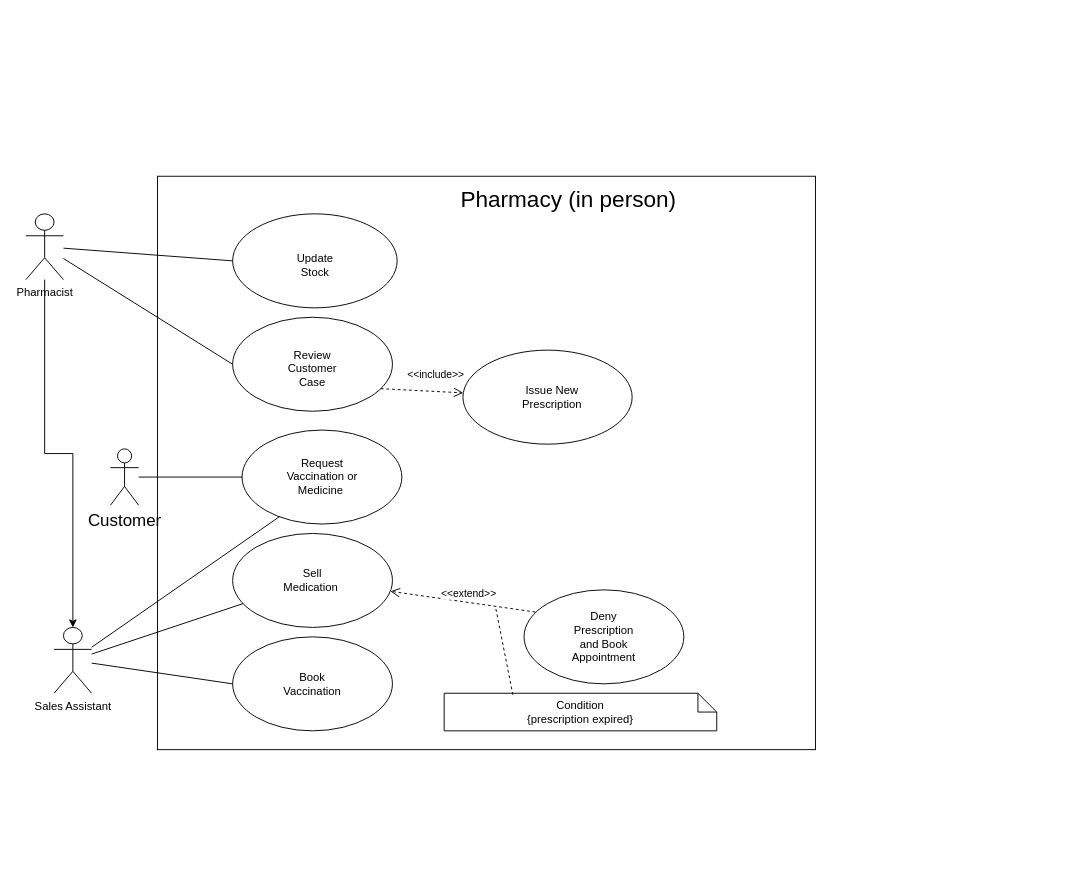
iitzzBenny/Group6D--Pharmacy--UseCaseDiagram keeps this draw.io diagram as PharmacyUseCase.drawio. Above is the earlier version. Source tidied: cells renumbered, new cells numbered last; positions are measured from the earlier drawing's top-left corner, leaving out a move shared by most shapes. Both pictures are drawn from the tidied source at 94%, with x=0, y=0 at pixel (25, 176).
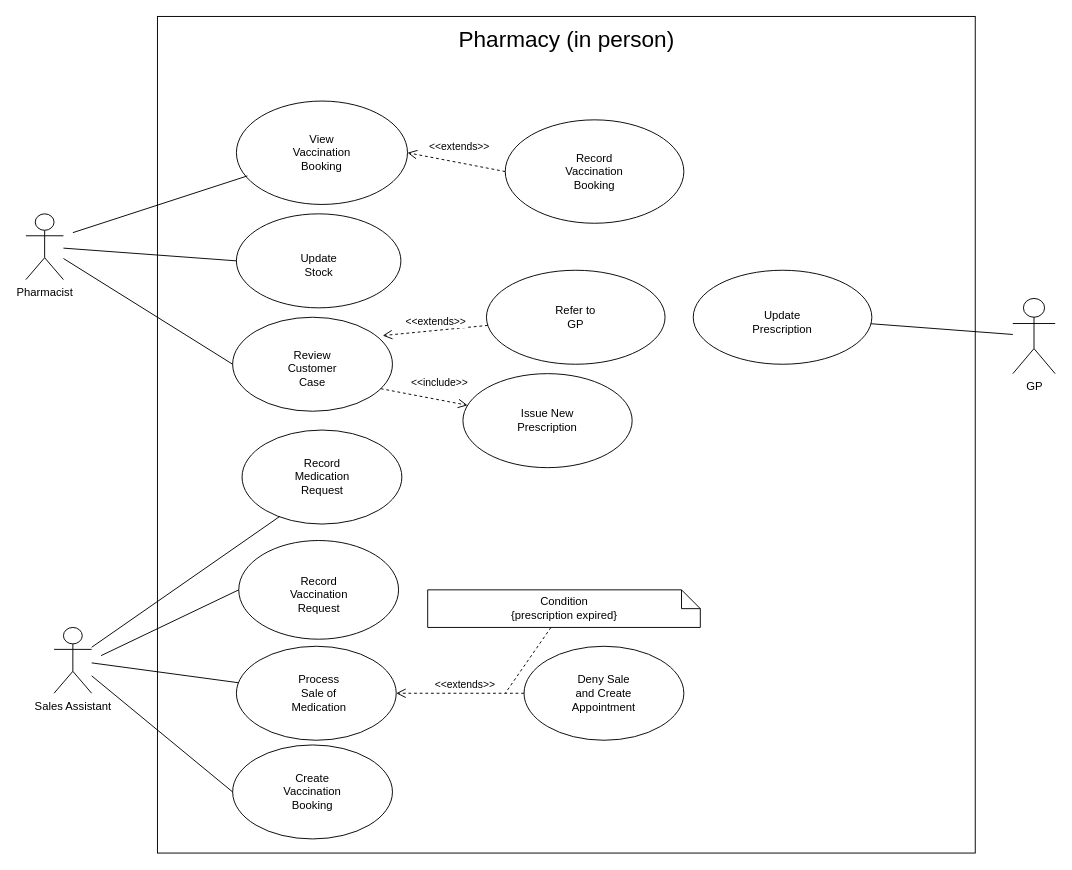
After the change.

Unchanged cells that the change refers to:
```xml
<mxCell id="5" style="ellipse;whiteSpace=wrap;html=1;" parent="1" vertex="1">
  <mxGeometry x="230" y="270" width="170" height="100" as="geometry" />
</mxCell>
<mxCell id="8" value="Pharmacist" style="shape=umlActor;verticalLabelPosition=bottom;verticalAlign=top;html=1;outlineConnect=0;" parent="1" vertex="1">
  <mxGeometry y="40" width="40" height="70" as="geometry" />
</mxCell>
<mxCell id="9" value="Sales Assistant&lt;br&gt;" style="shape=umlActor;verticalLabelPosition=bottom;verticalAlign=top;html=1;outlineConnect=0;" parent="1" vertex="1">
  <mxGeometry x="30" y="480" width="40" height="70" as="geometry" />
</mxCell>
<mxCell id="23" style="ellipse;whiteSpace=wrap;html=1;" parent="1" vertex="1">
  <mxGeometry x="220" y="150" width="170" height="100" as="geometry" />
</mxCell>
```

Diff of the diagram source:
```diff
@@
     <mxCell id="2" style="rounded=0;whiteSpace=wrap;html=1;" parent="1" vertex="1">
-      <mxGeometry x="140" width="700" height="610" as="geometry" />
+      <mxGeometry x="140" y="-170" width="870" height="890" as="geometry" />
     </mxCell>
     <mxCell id="3" value="&lt;font style=&quot;font-size: 24px;&quot;&gt;Pharmacy (in person)&lt;/font&gt;" style="text;html=1;strokeColor=none;fillColor=none;align=center;verticalAlign=middle;whiteSpace=wrap;rounded=0;" parent="1" vertex="1">
-      <mxGeometry x="430" y="10" width="295" height="30" as="geometry" />
+      <mxGeometry x="427.5" y="-160" width="295" height="30" as="geometry" />
     </mxCell>
-    <mxCell id="4" value="Customer" style="shape=umlActor;verticalLabelPosition=bottom;verticalAlign=top;html=1;outlineConnect=0;fontSize=18;" parent="1" vertex="1">
-      <mxGeometry x="90" y="290" width="30" height="60" as="geometry" />
-    </mxCell>
@@
-    <mxCell id="6" value="Request Vaccination or Medicine&amp;nbsp;" style="text;html=1;strokeColor=none;fillColor=none;align=center;verticalAlign=middle;whiteSpace=wrap;rounded=0;" parent="1" vertex="1">
+    <mxCell id="6" value="Record Medication Request" style="text;html=1;strokeColor=none;fillColor=none;align=center;verticalAlign=middle;whiteSpace=wrap;rounded=0;" parent="1" vertex="1">
       <mxGeometry x="272.5" y="292.5" width="85" height="55" as="geometry" />
     </mxCell>
-    <mxCell id="7" style="edgeStyle=orthogonalEdgeStyle;rounded=0;jettySize=auto;html=1;" parent="1" edge="1" source="8" target="9">
-      <mxGeometry relative="1" as="geometry" />
-    </mxCell>
@@
-    <mxCell id="10" style="endArrow=none;html=1;rounded=0;" parent="1" edge="1" source="4" target="5">
-      <mxGeometry relative="1" as="geometry" />
-    </mxCell>
@@
     <mxCell id="12" style="ellipse;whiteSpace=wrap;html=1;" parent="1" vertex="1">
-      <mxGeometry x="220" y="380" width="170" height="100" as="geometry" />
+      <mxGeometry x="224" y="500" width="170" height="100" as="geometry" />
     </mxCell>
-    <mxCell id="13" value="Sell Medication&amp;nbsp;" style="text;html=1;strokeColor=none;fillColor=none;align=center;verticalAlign=middle;whiteSpace=wrap;rounded=0;" parent="1" vertex="1">
-      <mxGeometry x="275" y="415" width="60" height="30" as="geometry" />
+    <mxCell id="13" value="Process Sale of Medication" style="text;html=1;strokeColor=none;fillColor=none;align=center;verticalAlign=middle;whiteSpace=wrap;rounded=0;" parent="1" vertex="1">
+      <mxGeometry x="281.5" y="535" width="60" height="30" as="geometry" />
     </mxCell>
     <mxCell id="14" style="ellipse;whiteSpace=wrap;html=1;" parent="1" vertex="1">
-      <mxGeometry x="220" y="490" width="170" height="100" as="geometry" />
+      <mxGeometry x="220" y="605" width="170" height="100" as="geometry" />
     </mxCell>
-    <mxCell id="15" value="Book Vaccination" style="text;html=1;strokeColor=none;fillColor=none;align=center;verticalAlign=middle;whiteSpace=wrap;rounded=0;" parent="1" vertex="1">
-      <mxGeometry x="275" y="525" width="60" height="30" as="geometry" />
+    <mxCell id="15" value="Create Vaccination Booking" style="text;html=1;strokeColor=none;fillColor=none;align=center;verticalAlign=middle;whiteSpace=wrap;rounded=0;" parent="1" vertex="1">
+      <mxGeometry x="275" y="640" width="60" height="30" as="geometry" />
     </mxCell>
     <mxCell id="16" style="ellipse;whiteSpace=wrap;html=1;" parent="1" vertex="1">
-      <mxGeometry x="530" y="440" width="170" height="100" as="geometry" />
+      <mxGeometry x="530" y="500" width="170" height="100" as="geometry" />
     </mxCell>
-    <mxCell id="17" value="Deny Prescription and Book Appointment" style="text;html=1;strokeColor=none;fillColor=none;align=center;verticalAlign=middle;whiteSpace=wrap;rounded=0;" parent="1" vertex="1">
-      <mxGeometry x="585" y="475" width="60" height="30" as="geometry" />
+    <mxCell id="17" value="Deny Sale&lt;br&gt;and Create&lt;br&gt;Appointment" style="text;html=1;strokeColor=none;fillColor=none;align=center;verticalAlign=middle;whiteSpace=wrap;rounded=0;" parent="1" vertex="1">
+      <mxGeometry x="585" y="535" width="60" height="30" as="geometry" />
     </mxCell>
@@
-    <mxCell id="20" value="&amp;lt;&amp;lt;extend&amp;gt;&amp;gt;" style="html=1;verticalAlign=bottom;endArrow=open;dashed=1;endSize=8;rounded=0;exitX=0.071;exitY=0.236;exitDx=0;exitDy=0;exitPerimeter=0;" parent="1" edge="1" source="16" target="12">
+    <mxCell id="20" value="&amp;lt;&amp;lt;extends&amp;gt;&amp;gt;" style="html=1;verticalAlign=bottom;endArrow=open;dashed=1;endSize=8;rounded=0;exitX=0;exitY=0.5;exitDx=0;exitDy=0;" parent="1" edge="1" source="16" target="12">
       <mxGeometry x="-0.08" relative="1" as="geometry" />
     </mxCell>
     <mxCell id="21" value="Condition&lt;br&gt;{prescription expired}" style="shape=note;size=20;whiteSpace=wrap;html=1;" parent="1" vertex="1">
-      <mxGeometry x="445" y="550" width="290" height="40" as="geometry" />
+      <mxGeometry x="427.5" y="440" width="290" height="40" as="geometry" />
     </mxCell>
-    <mxCell id="22" style="endArrow=none;dashed=1;html=1;rounded=0;exitX=0.252;exitY=0.04;exitDx=0;exitDy=0;exitPerimeter=0;" parent="1" edge="1" source="21">
+    <mxCell id="22" style="endArrow=none;dashed=1;html=1;rounded=0;" parent="1" edge="1" source="21">
       <mxGeometry relative="1" as="geometry">
-        <mxPoint x="500" y="460" as="targetPoint" />
+        <mxPoint x="510" y="550" as="targetPoint" />
       </mxGeometry>
     </mxCell>
@@
     <mxCell id="25" style="ellipse;whiteSpace=wrap;html=1;" parent="1" vertex="1">
-      <mxGeometry x="465" y="185" width="180" height="100" as="geometry" />
+      <mxGeometry x="465" y="210" width="180" height="100" as="geometry" />
     </mxCell>
     <mxCell id="26" value="Issue New Prescription" style="text;html=1;strokeColor=none;fillColor=none;align=center;verticalAlign=middle;whiteSpace=wrap;rounded=0;" parent="1" vertex="1">
-      <mxGeometry x="530" y="220" width="60" height="30" as="geometry" />
+      <mxGeometry x="525" y="245" width="60" height="30" as="geometry" />
     </mxCell>
@@
     <mxCell id="29" style="ellipse;whiteSpace=wrap;html=1;" parent="1" vertex="1">
-      <mxGeometry x="220" y="40" width="175" height="100" as="geometry" />
+      <mxGeometry x="224" y="40" width="175" height="100" as="geometry" />
     </mxCell>
@@
     <mxCell id="31" value="Update Stock" style="text;html=1;strokeColor=none;fillColor=none;align=center;verticalAlign=middle;whiteSpace=wrap;rounded=0;" parent="1" vertex="1">
-      <mxGeometry x="278" y="80" width="60" height="30" as="geometry" />
+      <mxGeometry x="281.5" y="80" width="60" height="30" as="geometry" />
     </mxCell>
+    <mxCell id="32" style="ellipse;whiteSpace=wrap;html=1;" parent="1" vertex="1">
+      <mxGeometry x="224" y="-80" width="182" height="110" as="geometry" />
+    </mxCell>
+    <mxCell id="33" style="endArrow=none;html=1;rounded=0;entryX=0.064;entryY=0.724;entryDx=0;entryDy=0;entryPerimeter=0;" parent="1" edge="1" target="32">
+      <mxGeometry relative="1" as="geometry">
+        <mxPoint x="50" y="60" as="sourcePoint" />
+      </mxGeometry>
+    </mxCell>
+    <mxCell id="34" value="View&lt;br&gt;Vaccination Booking" style="text;html=1;strokeColor=none;fillColor=none;align=center;verticalAlign=middle;whiteSpace=wrap;rounded=0;" parent="1" vertex="1">
+      <mxGeometry x="285" y="-40" width="60" height="30" as="geometry" />
+    </mxCell>
+    <mxCell id="35" style="ellipse;whiteSpace=wrap;html=1;" parent="1" vertex="1">
+      <mxGeometry x="510" y="-60" width="190" height="110" as="geometry" />
+    </mxCell>
+    <mxCell id="36" value="Record Vaccination Booking" style="text;html=1;strokeColor=none;fillColor=none;align=center;verticalAlign=middle;whiteSpace=wrap;rounded=0;" parent="1" vertex="1">
+      <mxGeometry x="575" y="-20" width="60" height="30" as="geometry" />
+    </mxCell>
+    <mxCell id="37" value="&amp;lt;&amp;lt;extends&amp;gt;&amp;gt;" style="html=1;verticalAlign=bottom;endArrow=open;dashed=1;endSize=8;rounded=0;entryX=1;entryY=0.5;entryDx=0;entryDy=0;exitX=0;exitY=0.5;exitDx=0;exitDy=0;" parent="1" edge="1" source="35" target="32">
+      <mxGeometry x="-0.03" y="-8" relative="1" as="geometry" />
+    </mxCell>
+    <mxCell id="38" style="ellipse;whiteSpace=wrap;html=1;" parent="1" vertex="1">
+      <mxGeometry x="490" y="100" width="190" height="100" as="geometry" />
+    </mxCell>
+    <mxCell id="39" value="Refer to GP" style="text;html=1;strokeColor=none;fillColor=none;align=center;verticalAlign=middle;whiteSpace=wrap;rounded=0;" parent="1" vertex="1">
+      <mxGeometry x="555" y="135" width="60" height="30" as="geometry" />
+    </mxCell>
+    <mxCell id="40" value="&amp;lt;&amp;lt;extends&amp;gt;&amp;gt;" style="html=1;verticalAlign=bottom;endArrow=open;dashed=1;endSize=8;rounded=0;entryX=0.939;entryY=0.195;entryDx=0;entryDy=0;entryPerimeter=0;" parent="1" edge="1" source="38" target="23">
+      <mxGeometry relative="1" as="geometry" />
+    </mxCell>
+    <mxCell id="41" value="GP" style="shape=umlActor;verticalLabelPosition=bottom;verticalAlign=top;html=1;outlineConnect=0;" parent="1" vertex="1">
+      <mxGeometry x="1050" y="130" width="45" height="80" as="geometry" />
+    </mxCell>
+    <mxCell id="42" style="ellipse;whiteSpace=wrap;html=1;" parent="1" vertex="1">
+      <mxGeometry x="710" y="100" width="190" height="100" as="geometry" />
+    </mxCell>
+    <mxCell id="43" style="endArrow=none;html=1;rounded=0;" parent="1" edge="1" source="42" target="41">
+      <mxGeometry relative="1" as="geometry" />
+    </mxCell>
+    <mxCell id="44" value="Update Prescription" style="text;html=1;strokeColor=none;fillColor=none;align=center;verticalAlign=middle;whiteSpace=wrap;rounded=0;" parent="1" vertex="1">
+      <mxGeometry x="775" y="140" width="60" height="30" as="geometry" />
+    </mxCell>
+    <mxCell id="45" style="ellipse;whiteSpace=wrap;html=1;" parent="1" vertex="1">
+      <mxGeometry x="226.5" y="387.5" width="170" height="105" as="geometry" />
+    </mxCell>
+    <mxCell id="46" style="endArrow=none;html=1;rounded=0;entryX=0;entryY=0.5;entryDx=0;entryDy=0;" parent="1" edge="1" target="45">
+      <mxGeometry relative="1" as="geometry">
+        <mxPoint x="80" y="510" as="sourcePoint" />
+      </mxGeometry>
+    </mxCell>
+    <mxCell id="47" value="Record Vaccination Request" style="text;html=1;strokeColor=none;fillColor=none;align=center;verticalAlign=middle;whiteSpace=wrap;rounded=0;" parent="1" vertex="1">
+      <mxGeometry x="281.5" y="430" width="60" height="30" as="geometry" />
+    </mxCell>
```
